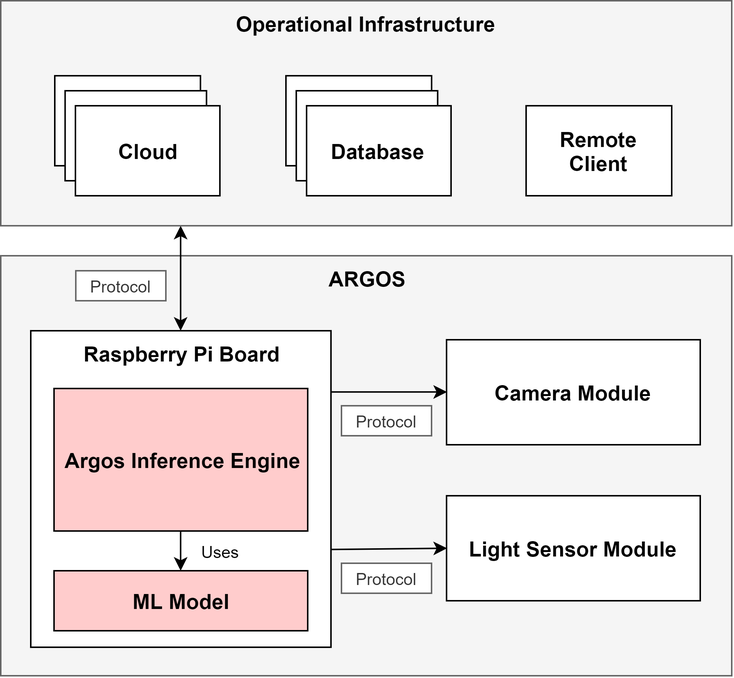
esrg-silent-howl/argos keeps this draw.io diagram as 2. Analysis/1. System Overview/sys_overview-ML.png. Above is the earlier version. Source tidied: cells renumbered, new cells last; positions are measured from the earlier drawing's top-left corner, leaving out a move shared by most shapes.
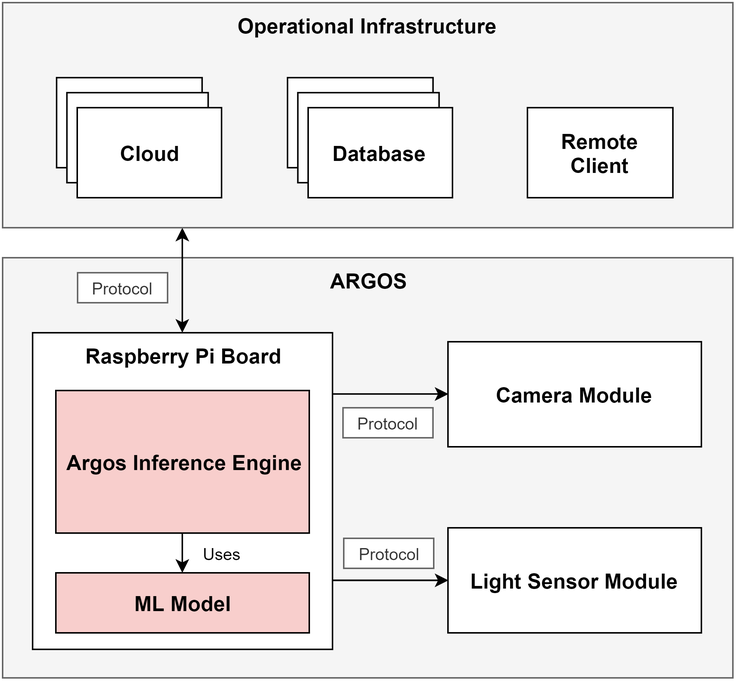
Above is the later version.

What changed in the source:
```diff
@@ -38,7 +38,7 @@
       <mxGeometry x="126" y="357" width="40" height="20" as="geometry" />
     </mxCell>
     <mxCell id="9" value="&lt;font style=&quot;font-size: 11px;&quot;&gt;Protocol&lt;/font&gt;" style="text;html=1;align=center;verticalAlign=middle;fontSize=11;fillColor=#FFFFFF;strokeColor=#666666;fontColor=#333333;" parent="1" vertex="1">
-      <mxGeometry x="227" y="375" width="60" height="20" as="geometry" />
+      <mxGeometry x="227.5" y="357" width="60" height="20" as="geometry" />
     </mxCell>
     <mxCell id="10" style="group;" parent="1" vertex="1">
       <mxGeometry x="190" y="50" width="145.5" height="80" as="geometry" />
@@ -55,14 +55,14 @@
     <mxCell id="14" style="edgeStyle=orthogonalEdgeStyle;rounded=0;jettySize=auto;html=1;exitX=0.5;exitY=1;exitDx=0;exitDy=0;entryX=0.5;entryY=0;entryDx=0;entryDy=0;fontSize=11;" parent="1" edge="1" source="15" target="16">
       <mxGeometry relative="1" as="geometry" />
     </mxCell>
-    <mxCell id="15" value="&lt;b style=&quot;font-size: 14px;&quot;&gt;Argos Inference Engine&lt;/b&gt;" style="rounded=0;whiteSpace=wrap;html=1;fillColor=#FFCCCC;strokeColor=#000000;fontSize=14;" parent="1" vertex="1">
+    <mxCell id="15" value="&lt;b style=&quot;font-size: 14px;&quot;&gt;Argos Inference Engine&lt;/b&gt;" style="rounded=0;whiteSpace=wrap;html=1;fillColor=#f8cecc;strokeColor=#000000;fontSize=14;" parent="1" vertex="1">
       <mxGeometry x="35.5" y="258.5" width="169" height="95" as="geometry" />
     </mxCell>
-    <mxCell id="16" value="&lt;b style=&quot;font-size: 14px;&quot;&gt;ML Model&lt;/b&gt;" style="rounded=0;whiteSpace=wrap;html=1;fillColor=#FFCCCC;strokeColor=#000000;fontSize=14;" parent="1" vertex="1">
+    <mxCell id="16" value="&lt;b style=&quot;font-size: 14px;&quot;&gt;ML Model&lt;/b&gt;" style="rounded=0;whiteSpace=wrap;html=1;fillColor=#f8cecc;strokeColor=#000000;fontSize=14;" parent="1" vertex="1">
       <mxGeometry x="35.5" y="380" width="169" height="40" as="geometry" />
     </mxCell>
     <mxCell id="17" value="&lt;b style=&quot;font-size: 14px;&quot;&gt;Light Sensor Module&lt;/b&gt;" style="rounded=0;whiteSpace=wrap;html=1;fontSize=14;" parent="1" vertex="1">
-      <mxGeometry x="297" y="330" width="169" height="70" as="geometry" />
+      <mxGeometry x="297" y="350" width="169" height="70" as="geometry" />
     </mxCell>
     <mxCell id="18" value="&lt;b style=&quot;font-size: 14px;&quot;&gt;Camera Module&lt;/b&gt;" style="rounded=0;whiteSpace=wrap;html=1;fontSize=14;" parent="1" vertex="1">
       <mxGeometry x="297" y="226" width="169" height="70" as="geometry" />
```
